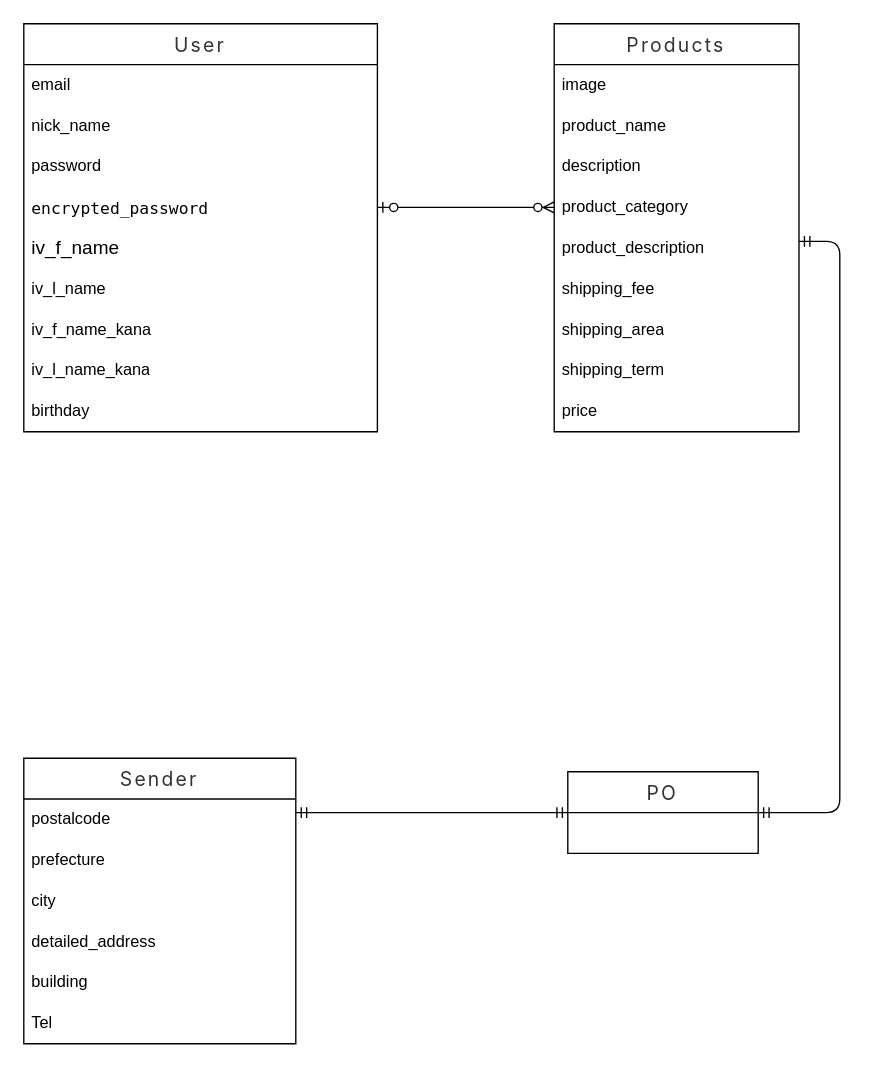
This is page "Page-1" (1 of 3) of table.dio from Benishimizu/furima-38830, a draw.io file, before an edit. Source tidied: cells renumbered, new cells numbered last; positions are measured from the earlier drawing's top-left corner, leaving out a move shared by most shapes. Both pictures are drawn from the tidied source at 136%, with x=0, y=0 at pixel (23, 23).
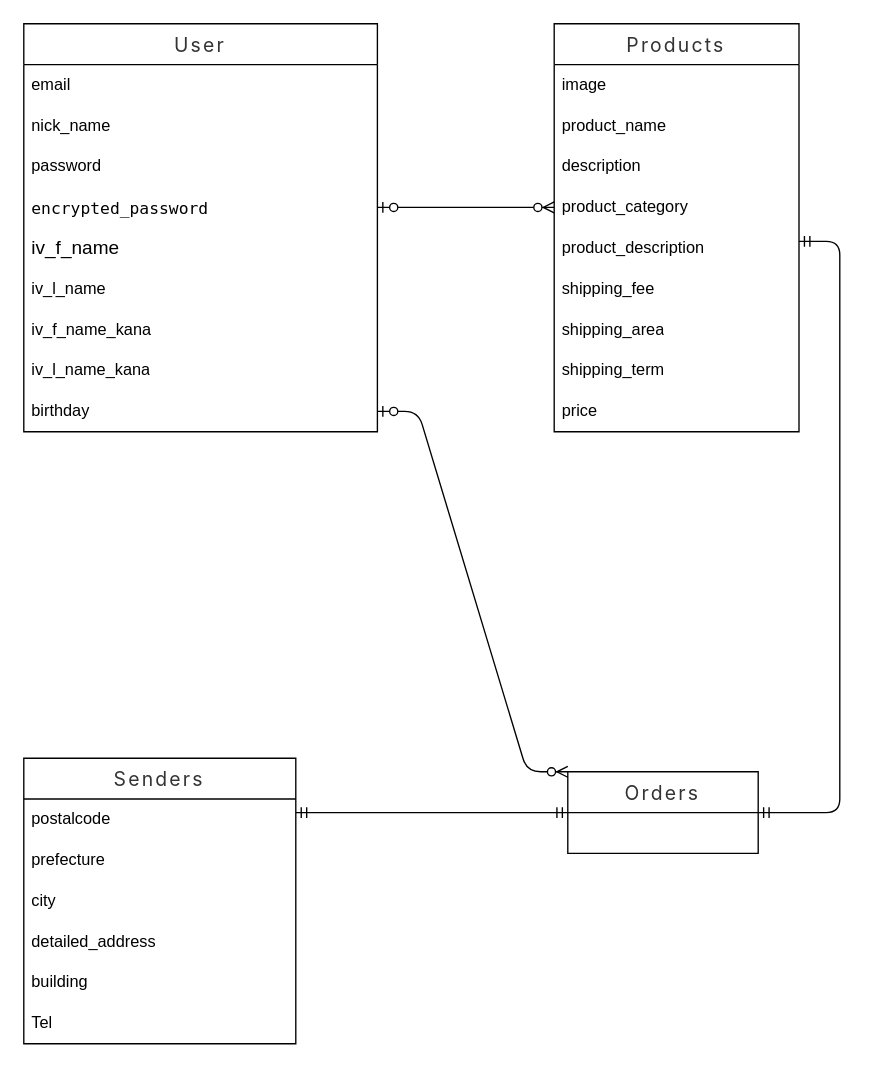
The same page after the edit.

The change refers to these unchanged cells:
```xml
<mxCell id="21" value="birthday" style="text;strokeColor=none;fillColor=none;align=left;verticalAlign=middle;spacingLeft=4;spacingRight=4;overflow=hidden;points=[[0,0.5],[1,0.5]];portConstraint=eastwest;whiteSpace=wrap;html=1;" parent="12" vertex="1">
  <mxGeometry y="270" width="260" height="30" as="geometry" />
</mxCell>
```

What changed in the source:
```diff
@@
-    <mxCell id="22" value="&lt;span style=&quot;color: rgb(51, 51, 51); font-family: -apple-system, &amp;quot;system-ui&amp;quot;, &amp;quot;Noto Sans JP&amp;quot;, &amp;quot;Hiragino Sans&amp;quot;, &amp;quot;Hiragino Kaku Gothic ProN&amp;quot;, &amp;quot;segoe ui&amp;quot;, メイリオ, Meiryo, &amp;quot;ＭＳ Ｐゴシック&amp;quot;, &amp;quot;MS PGothic&amp;quot;, sans-serif; font-size: 14.24px; letter-spacing: 1.6px; text-align: start; background-color: rgb(255, 255, 255);&quot;&gt;PO&lt;/span&gt;" style="swimlane;fontStyle=0;horizontal=1;startSize=30;whiteSpace=wrap;html=1;" parent="1" vertex="1">
+    <mxCell id="22" value="&lt;span style=&quot;color: rgb(51, 51, 51); font-family: -apple-system, &amp;quot;system-ui&amp;quot;, &amp;quot;Noto Sans JP&amp;quot;, &amp;quot;Hiragino Sans&amp;quot;, &amp;quot;Hiragino Kaku Gothic ProN&amp;quot;, &amp;quot;segoe ui&amp;quot;, メイリオ, Meiryo, &amp;quot;ＭＳ Ｐゴシック&amp;quot;, &amp;quot;MS PGothic&amp;quot;, sans-serif; font-size: 14.24px; letter-spacing: 1.6px; text-align: start; background-color: rgb(255, 255, 255);&quot;&gt;Orders&lt;/span&gt;" style="swimlane;fontStyle=0;horizontal=1;startSize=30;whiteSpace=wrap;html=1;" parent="1" vertex="1">
       <mxGeometry x="400" y="550" width="140" height="60" as="geometry" />
     </mxCell>
-    <mxCell id="23" value="&lt;span style=&quot;color: rgb(51, 51, 51); font-family: -apple-system, &amp;quot;system-ui&amp;quot;, &amp;quot;Noto Sans JP&amp;quot;, &amp;quot;Hiragino Sans&amp;quot;, &amp;quot;Hiragino Kaku Gothic ProN&amp;quot;, &amp;quot;segoe ui&amp;quot;, メイリオ, Meiryo, &amp;quot;ＭＳ Ｐゴシック&amp;quot;, &amp;quot;MS PGothic&amp;quot;, sans-serif; font-size: 14.24px; letter-spacing: 1.6px; text-align: start; background-color: rgb(255, 255, 255);&quot;&gt;Sender&lt;/span&gt;" style="swimlane;fontStyle=0;horizontal=1;startSize=30;whiteSpace=wrap;html=1;" parent="1" vertex="1">
+    <mxCell id="23" value="&lt;span style=&quot;color: rgb(51, 51, 51); font-family: -apple-system, &amp;quot;system-ui&amp;quot;, &amp;quot;Noto Sans JP&amp;quot;, &amp;quot;Hiragino Sans&amp;quot;, &amp;quot;Hiragino Kaku Gothic ProN&amp;quot;, &amp;quot;segoe ui&amp;quot;, メイリオ, Meiryo, &amp;quot;ＭＳ Ｐゴシック&amp;quot;, &amp;quot;MS PGothic&amp;quot;, sans-serif; font-size: 14.24px; letter-spacing: 1.6px; text-align: start; background-color: rgb(255, 255, 255);&quot;&gt;Senders&lt;/span&gt;" style="swimlane;fontStyle=0;horizontal=1;startSize=30;whiteSpace=wrap;html=1;" parent="1" vertex="1">
       <mxGeometry y="540" width="200" height="210" as="geometry" />
     </mxCell>
@@
+    <mxCell id="33" style="edgeStyle=entityRelationEdgeStyle;fontSize=12;html=1;endArrow=ERzeroToMany;startArrow=ERzeroToOne;fontColor=#000000;exitX=1;exitY=0.5;exitDx=0;exitDy=0;entryX=0;entryY=0;entryDx=0;entryDy=0;" parent="1" edge="1" source="21" target="22">
+      <mxGeometry relative="1" as="geometry" />
+    </mxCell>
```
